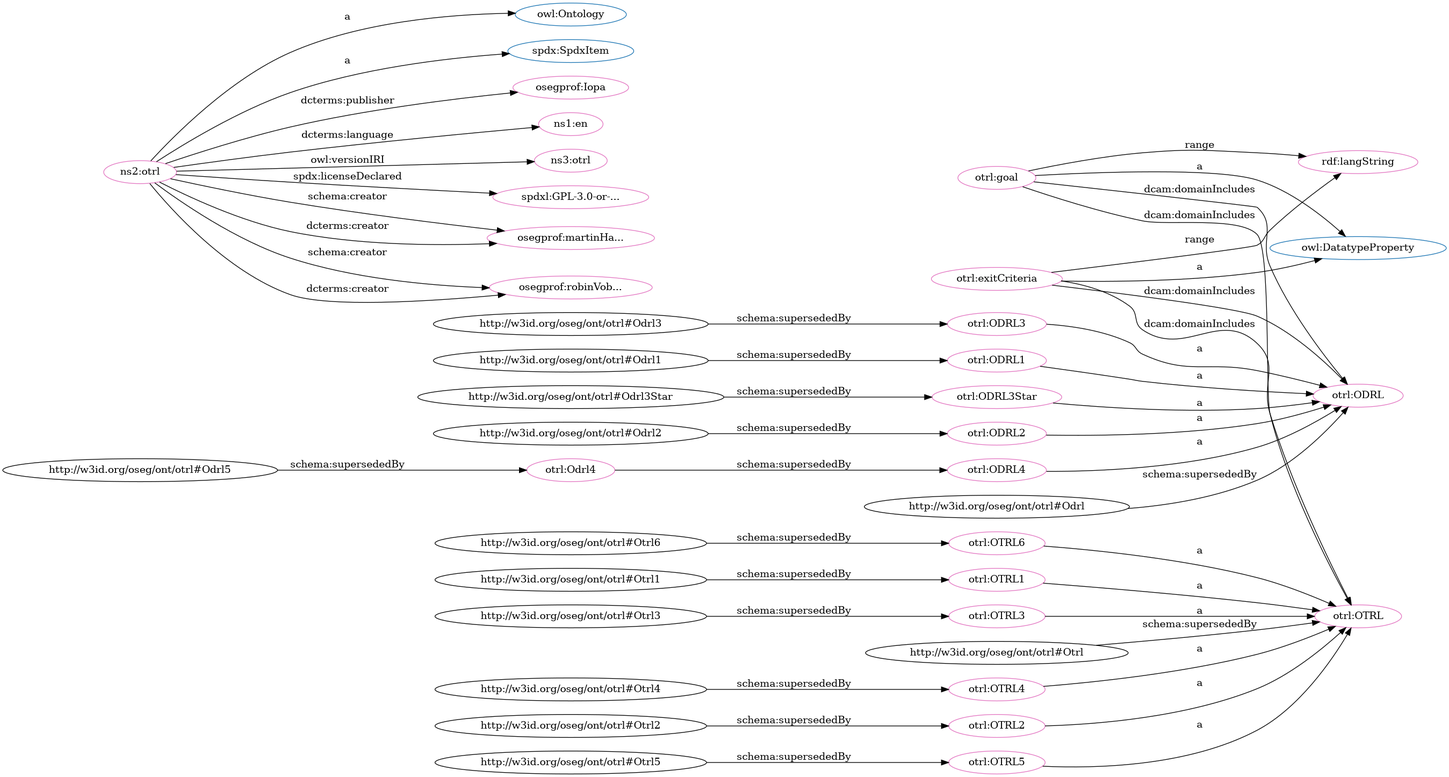
Before: src/spec/dot_otrl.png, a diagram exported from Graphviz (iop-alliance/OpenKnowHow). Its source is kept beside it as src/spec/dot_otrl.dot.
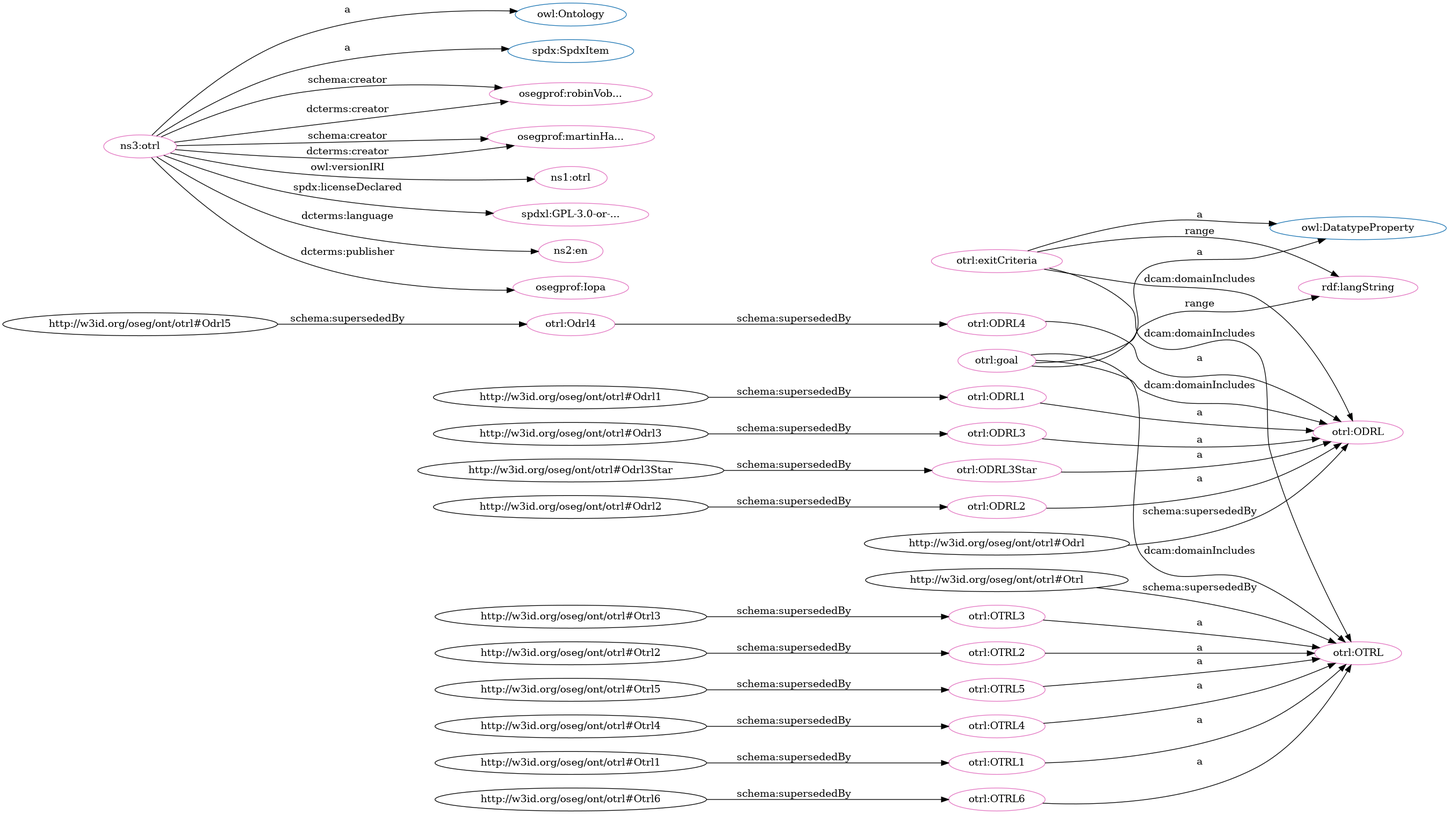
After the change.

The edit, as a diff of the source:
```diff
@@ -6,71 +6,71 @@
 "http://w3id.org/oseg/ont/otrl#ODRL" [fillcolor="#1f77b4" color="#1f77b4" label="otrl:ODRL"]
 "http://spdx.org/rdf/terms#SpdxItem" [fillcolor="#1f77b4" color="#1f77b4" label="spdx:SpdxItem"]
 "http://w3id.org/oseg/ont/otrl#OTRL" [fillcolor="#1f77b4" color="#1f77b4" label="otrl:OTRL"]
+"http://w3id.org/oseg/ont/otrl#Odrl4" [fillcolor="#e377c2" color="#e377c2" label="otrl:Odrl4"]
+"http://w3id.org/oseg/ont/otrl#ODRL" [fillcolor="#e377c2" color="#e377c2" label="otrl:ODRL"]
+"http://w3id.org/oseg/ont/otrl#exitCriteria" [fillcolor="#e377c2" color="#e377c2" label="otrl:exitCriteria"]
+"http://w3id.org/oseg/ont/otrl#OTRL3" [fillcolor="#e377c2" color="#e377c2" label="otrl:OTRL3"]
+"http://w3id.org/oseg/ont/oseg-profiles#robinVobruba" [fillcolor="#e377c2" color="#e377c2" label="osegprof:robinVob..."]
+"http://w3id.org/oseg/ont/otrl#ODRL1" [fillcolor="#e377c2" color="#e377c2" label="otrl:ODRL1"]
+"http://w3id.org/oseg/ont/otrl#OTRL" [fillcolor="#e377c2" color="#e377c2" label="otrl:OTRL"]
+"http://w3id.org/oseg/ont/oseg-profiles#martinHaeuer" [fillcolor="#e377c2" color="#e377c2" label="osegprof:martinHa..."]
+"http://w3id.org/oseg/ont/otrl#ODRL3" [fillcolor="#e377c2" color="#e377c2" label="otrl:ODRL3"]
+"http://w3id.org/oseg/ont/1.1.0/otrl" [fillcolor="#e377c2" color="#e377c2" label="ns1:otrl"]
+"http://w3id.org/oseg/ont/otrl#OTRL2" [fillcolor="#e377c2" color="#e377c2" label="otrl:OTRL2"]
+"http://w3id.org/oseg/ont/otrl#OTRL5" [fillcolor="#e377c2" color="#e377c2" label="otrl:OTRL5"]
 "http://w3id.org/oseg/ont/otrl#OTRL4" [fillcolor="#e377c2" color="#e377c2" label="otrl:OTRL4"]
-"http://w3id.org/oseg/ont/otrl#ODRL3" [fillcolor="#e377c2" color="#e377c2" label="otrl:ODRL3"]
-"http://w3id.org/oseg/ont/otrl#OTRL2" [fillcolor="#e377c2" color="#e377c2" label="otrl:OTRL2"]
+"http://w3id.org/oseg/ont/otrl#OTRL1" [fillcolor="#e377c2" color="#e377c2" label="otrl:OTRL1"]
+"http://www.w3.org/1999/02/22-rdf-syntax-ns#langString" [fillcolor="#e377c2" color="#e377c2" label="rdf:langString"]
+"http://spdx.org/licenses/GPL-3.0-or-later" [fillcolor="#e377c2" color="#e377c2" label="spdxl:GPL-3.0-or-..."]
+"http://id.loc.gov/vocabulary/iso639-1/en" [fillcolor="#e377c2" color="#e377c2" label="ns2:en"]
+"http://w3id.org/oseg/ont/otrl#goal" [fillcolor="#e377c2" color="#e377c2" label="otrl:goal"]
+"http://w3id.org/oseg/ont/otrl" [fillcolor="#e377c2" color="#e377c2" label="ns3:otrl"]
+"http://w3id.org/oseg/ont/otrl#ODRL3Star" [fillcolor="#e377c2" color="#e377c2" label="otrl:ODRL3Star"]
+"http://w3id.org/oseg/ont/otrl#OTRL6" [fillcolor="#e377c2" color="#e377c2" label="otrl:OTRL6"]
+"http://w3id.org/oseg/ont/otrl#ODRL4" [fillcolor="#e377c2" color="#e377c2" label="otrl:ODRL4"]
+"http://w3id.org/oseg/ont/otrl#ODRL2" [fillcolor="#e377c2" color="#e377c2" label="otrl:ODRL2"]
 "http://w3id.org/oseg/ont/oseg-profiles#Iopa" [fillcolor="#e377c2" color="#e377c2" label="osegprof:Iopa"]
-"http://www.w3.org/1999/02/22-rdf-syntax-ns#langString" [fillcolor="#e377c2" color="#e377c2" label="rdf:langString"]
-"http://w3id.org/oseg/ont/otrl#ODRL" [fillcolor="#e377c2" color="#e377c2" label="otrl:ODRL"]
-"http://id.loc.gov/vocabulary/iso639-1/en" [fillcolor="#e377c2" color="#e377c2" label="ns1:en"]
-"http://w3id.org/oseg/ont/otrl#OTRL5" [fillcolor="#e377c2" color="#e377c2" label="otrl:OTRL5"]
-"http://w3id.org/oseg/ont/otrl#ODRL2" [fillcolor="#e377c2" color="#e377c2" label="otrl:ODRL2"]
-"http://w3id.org/oseg/ont/otrl#OTRL" [fillcolor="#e377c2" color="#e377c2" label="otrl:OTRL"]
-"http://w3id.org/oseg/ont/otrl#OTRL6" [fillcolor="#e377c2" color="#e377c2" label="otrl:OTRL6"]
-"http://w3id.org/oseg/ont/otrl#ODRL1" [fillcolor="#e377c2" color="#e377c2" label="otrl:ODRL1"]
-"http://w3id.org/oseg/ont/otrl#OTRL1" [fillcolor="#e377c2" color="#e377c2" label="otrl:OTRL1"]
-"http://w3id.org/oseg/ont/otrl" [fillcolor="#e377c2" color="#e377c2" label="ns2:otrl"]
-"http://w3id.org/oseg/ont/otrl#exitCriteria" [fillcolor="#e377c2" color="#e377c2" label="otrl:exitCriteria"]
-"http://w3id.org/oseg/ont/otrl#ODRL3Star" [fillcolor="#e377c2" color="#e377c2" label="otrl:ODRL3Star"]
-"http://w3id.org/oseg/ont/otrl#goal" [fillcolor="#e377c2" color="#e377c2" label="otrl:goal"]
-"http://w3id.org/oseg/ont/1.1.0/otrl" [fillcolor="#e377c2" color="#e377c2" label="ns3:otrl"]
-"http://w3id.org/oseg/ont/otrl#ODRL4" [fillcolor="#e377c2" color="#e377c2" label="otrl:ODRL4"]
-"http://spdx.org/licenses/GPL-3.0-or-later" [fillcolor="#e377c2" color="#e377c2" label="spdxl:GPL-3.0-or-..."]
-"http://w3id.org/oseg/ont/otrl#Odrl4" [fillcolor="#e377c2" color="#e377c2" label="otrl:Odrl4"]
-"http://w3id.org/oseg/ont/oseg-profiles#martinHaeuer" [fillcolor="#e377c2" color="#e377c2" label="osegprof:martinHa..."]
-"http://w3id.org/oseg/ont/oseg-profiles#robinVobruba" [fillcolor="#e377c2" color="#e377c2" label="osegprof:robinVob..."]
-"http://w3id.org/oseg/ont/otrl#OTRL3" [fillcolor="#e377c2" color="#e377c2" label="otrl:OTRL3"]
+  "http://w3id.org/oseg/ont/otrl#Odrl5" -> "http://w3id.org/oseg/ont/otrl#Odrl4" [label="schema:supersededBy"]
+  "http://w3id.org/oseg/ont/otrl#exitCriteria" -> "http://w3id.org/oseg/ont/otrl#ODRL" [label="dcam:domainIncludes"]
+  "http://w3id.org/oseg/ont/otrl#OTRL4" -> "http://w3id.org/oseg/ont/otrl#OTRL" [label="a"]
+  "http://w3id.org/oseg/ont/otrl#exitCriteria" -> "http://www.w3.org/2002/07/owl#DatatypeProperty" [label="a"]
+  "http://w3id.org/oseg/ont/otrl#OTRL3" -> "http://w3id.org/oseg/ont/otrl#OTRL" [label="a"]
+  "http://w3id.org/oseg/ont/otrl" -> "http://w3id.org/oseg/ont/oseg-profiles#robinVobruba" [label="schema:creator"]
+  "http://w3id.org/oseg/ont/otrl#ODRL1" -> "http://w3id.org/oseg/ont/otrl#ODRL" [label="a"]
+  "http://w3id.org/oseg/ont/otrl#goal" -> "http://w3id.org/oseg/ont/otrl#OTRL" [label="dcam:domainIncludes"]
+  "http://w3id.org/oseg/ont/otrl" -> "http://w3id.org/oseg/ont/oseg-profiles#martinHaeuer" [label="schema:creator"]
+  "http://w3id.org/oseg/ont/otrl#ODRL3" -> "http://w3id.org/oseg/ont/otrl#ODRL" [label="a"]
+  "http://w3id.org/oseg/ont/otrl" -> "http://w3id.org/oseg/ont/1.1.0/otrl" [label="owl:versionIRI"]
+  "http://w3id.org/oseg/ont/otrl#OTRL2" -> "http://w3id.org/oseg/ont/otrl#OTRL" [label="a"]
+  "http://w3id.org/oseg/ont/otrl#Otrl5" -> "http://w3id.org/oseg/ont/otrl#OTRL5" [label="schema:supersededBy"]
+  "http://w3id.org/oseg/ont/otrl#Otrl2" -> "http://w3id.org/oseg/ont/otrl#OTRL2" [label="schema:supersededBy"]
+  "http://w3id.org/oseg/ont/otrl#Odrl" -> "http://w3id.org/oseg/ont/otrl#ODRL" [label="schema:supersededBy"]
   "http://w3id.org/oseg/ont/otrl#Otrl4" -> "http://w3id.org/oseg/ont/otrl#OTRL4" [label="schema:supersededBy"]
-  "http://w3id.org/oseg/ont/otrl#ODRL3" -> "http://w3id.org/oseg/ont/otrl#ODRL" [label="a"]
-  "http://w3id.org/oseg/ont/otrl#OTRL2" -> "http://w3id.org/oseg/ont/otrl#OTRL" [label="a"]
+  "http://w3id.org/oseg/ont/otrl#OTRL1" -> "http://w3id.org/oseg/ont/otrl#OTRL" [label="a"]
+  "http://w3id.org/oseg/ont/otrl#exitCriteria" -> "http://www.w3.org/1999/02/22-rdf-syntax-ns#langString" [label="range"]
+  "http://w3id.org/oseg/ont/otrl#goal" -> "http://w3id.org/oseg/ont/otrl#ODRL" [label="dcam:domainIncludes"]
+  "http://w3id.org/oseg/ont/otrl" -> "http://spdx.org/licenses/GPL-3.0-or-later" [label="spdx:licenseDeclared"]
+  "http://w3id.org/oseg/ont/otrl#OTRL5" -> "http://w3id.org/oseg/ont/otrl#OTRL" [label="a"]
+  "http://w3id.org/oseg/ont/otrl" -> "http://id.loc.gov/vocabulary/iso639-1/en" [label="dcterms:language"]
+  "http://w3id.org/oseg/ont/otrl#goal" -> "http://www.w3.org/2002/07/owl#DatatypeProperty" [label="a"]
+  "http://w3id.org/oseg/ont/otrl" -> "http://spdx.org/rdf/terms#SpdxItem" [label="a"]
+  "http://w3id.org/oseg/ont/otrl" -> "http://w3id.org/oseg/ont/oseg-profiles#martinHaeuer" [label="dcterms:creator"]
+  "http://w3id.org/oseg/ont/otrl#Otrl3" -> "http://w3id.org/oseg/ont/otrl#OTRL3" [label="schema:supersededBy"]
+  "http://w3id.org/oseg/ont/otrl#Odrl3Star" -> "http://w3id.org/oseg/ont/otrl#ODRL3Star" [label="schema:supersededBy"]
+  "http://w3id.org/oseg/ont/otrl#OTRL6" -> "http://w3id.org/oseg/ont/otrl#OTRL" [label="a"]
+  "http://w3id.org/oseg/ont/otrl#Otrl6" -> "http://w3id.org/oseg/ont/otrl#OTRL6" [label="schema:supersededBy"]
+  "http://w3id.org/oseg/ont/otrl#Odrl4" -> "http://w3id.org/oseg/ont/otrl#ODRL4" [label="schema:supersededBy"]
+  "http://w3id.org/oseg/ont/otrl" -> "http://www.w3.org/2002/07/owl#Ontology" [label="a"]
+  "http://w3id.org/oseg/ont/otrl#Odrl3" -> "http://w3id.org/oseg/ont/otrl#ODRL3" [label="schema:supersededBy"]
+  "http://w3id.org/oseg/ont/otrl#ODRL2" -> "http://w3id.org/oseg/ont/otrl#ODRL" [label="a"]
+  "http://w3id.org/oseg/ont/otrl#Otrl1" -> "http://w3id.org/oseg/ont/otrl#OTRL1" [label="schema:supersededBy"]
+  "http://w3id.org/oseg/ont/otrl" -> "http://w3id.org/oseg/ont/oseg-profiles#robinVobruba" [label="dcterms:creator"]
+  "http://w3id.org/oseg/ont/otrl#exitCriteria" -> "http://w3id.org/oseg/ont/otrl#OTRL" [label="dcam:domainIncludes"]
+  "http://w3id.org/oseg/ont/otrl#goal" -> "http://www.w3.org/1999/02/22-rdf-syntax-ns#langString" [label="range"]
+  "http://w3id.org/oseg/ont/otrl#Odrl2" -> "http://w3id.org/oseg/ont/otrl#ODRL2" [label="schema:supersededBy"]
   "http://w3id.org/oseg/ont/otrl" -> "http://w3id.org/oseg/ont/oseg-profiles#Iopa" [label="dcterms:publisher"]
-  "http://w3id.org/oseg/ont/otrl#goal" -> "http://www.w3.org/1999/02/22-rdf-syntax-ns#langString" [label="range"]
-  "http://w3id.org/oseg/ont/otrl#OTRL4" -> "http://w3id.org/oseg/ont/otrl#OTRL" [label="a"]
-  "http://w3id.org/oseg/ont/otrl#exitCriteria" -> "http://w3id.org/oseg/ont/otrl#ODRL" [label="dcam:domainIncludes"]
-  "http://w3id.org/oseg/ont/otrl" -> "http://id.loc.gov/vocabulary/iso639-1/en" [label="dcterms:language"]
-  "http://w3id.org/oseg/ont/otrl#Otrl5" -> "http://w3id.org/oseg/ont/otrl#OTRL5" [label="schema:supersededBy"]
-  "http://w3id.org/oseg/ont/otrl#Odrl2" -> "http://w3id.org/oseg/ont/otrl#ODRL2" [label="schema:supersededBy"]
-  "http://w3id.org/oseg/ont/otrl#goal" -> "http://w3id.org/oseg/ont/otrl#OTRL" [label="dcam:domainIncludes"]
-  "http://w3id.org/oseg/ont/otrl#OTRL6" -> "http://w3id.org/oseg/ont/otrl#OTRL" [label="a"]
+  "http://w3id.org/oseg/ont/otrl#ODRL4" -> "http://w3id.org/oseg/ont/otrl#ODRL" [label="a"]
+  "http://w3id.org/oseg/ont/otrl#ODRL3Star" -> "http://w3id.org/oseg/ont/otrl#ODRL" [label="a"]
   "http://w3id.org/oseg/ont/otrl#Odrl1" -> "http://w3id.org/oseg/ont/otrl#ODRL1" [label="schema:supersededBy"]
-  "http://w3id.org/oseg/ont/otrl#Otrl1" -> "http://w3id.org/oseg/ont/otrl#OTRL1" [label="schema:supersededBy"]
-  "http://w3id.org/oseg/ont/otrl" -> "http://spdx.org/rdf/terms#SpdxItem" [label="a"]
-  "http://w3id.org/oseg/ont/otrl" -> "http://www.w3.org/2002/07/owl#Ontology" [label="a"]
-  "http://w3id.org/oseg/ont/otrl#exitCriteria" -> "http://www.w3.org/2002/07/owl#DatatypeProperty" [label="a"]
-  "http://w3id.org/oseg/ont/otrl#Odrl3" -> "http://w3id.org/oseg/ont/otrl#ODRL3" [label="schema:supersededBy"]
-  "http://w3id.org/oseg/ont/otrl#Odrl3Star" -> "http://w3id.org/oseg/ont/otrl#ODRL3Star" [label="schema:supersededBy"]
-  "http://w3id.org/oseg/ont/otrl#Odrl" -> "http://w3id.org/oseg/ont/otrl#ODRL" [label="schema:supersededBy"]
-  "http://w3id.org/oseg/ont/otrl#exitCriteria" -> "http://w3id.org/oseg/ont/otrl#OTRL" [label="dcam:domainIncludes"]
-  "http://w3id.org/oseg/ont/otrl#ODRL3Star" -> "http://w3id.org/oseg/ont/otrl#ODRL" [label="a"]
-  "http://w3id.org/oseg/ont/otrl#OTRL1" -> "http://w3id.org/oseg/ont/otrl#OTRL" [label="a"]
-  "http://w3id.org/oseg/ont/otrl#OTRL5" -> "http://w3id.org/oseg/ont/otrl#OTRL" [label="a"]
-  "http://w3id.org/oseg/ont/otrl#ODRL1" -> "http://w3id.org/oseg/ont/otrl#ODRL" [label="a"]
-  "http://w3id.org/oseg/ont/otrl#goal" -> "http://www.w3.org/2002/07/owl#DatatypeProperty" [label="a"]
-  "http://w3id.org/oseg/ont/otrl#exitCriteria" -> "http://www.w3.org/1999/02/22-rdf-syntax-ns#langString" [label="range"]
-  "http://w3id.org/oseg/ont/otrl" -> "http://w3id.org/oseg/ont/1.1.0/otrl" [label="owl:versionIRI"]
-  "http://w3id.org/oseg/ont/otrl#ODRL4" -> "http://w3id.org/oseg/ont/otrl#ODRL" [label="a"]
-  "http://w3id.org/oseg/ont/otrl#goal" -> "http://w3id.org/oseg/ont/otrl#ODRL" [label="dcam:domainIncludes"]
-  "http://w3id.org/oseg/ont/otrl#Otrl2" -> "http://w3id.org/oseg/ont/otrl#OTRL2" [label="schema:supersededBy"]
   "http://w3id.org/oseg/ont/otrl#Otrl" -> "http://w3id.org/oseg/ont/otrl#OTRL" [label="schema:supersededBy"]
-  "http://w3id.org/oseg/ont/otrl#Odrl5" -> "http://w3id.org/oseg/ont/otrl#Odrl4" [label="schema:supersededBy"]
-  "http://w3id.org/oseg/ont/otrl" -> "http://spdx.org/licenses/GPL-3.0-or-later" [label="spdx:licenseDeclared"]
-  "http://w3id.org/oseg/ont/otrl#Otrl6" -> "http://w3id.org/oseg/ont/otrl#OTRL6" [label="schema:supersededBy"]
-  "http://w3id.org/oseg/ont/otrl" -> "http://w3id.org/oseg/ont/oseg-profiles#martinHaeuer" [label="schema:creator"]
-  "http://w3id.org/oseg/ont/otrl" -> "http://w3id.org/oseg/ont/oseg-profiles#martinHaeuer" [label="dcterms:creator"]
-  "http://w3id.org/oseg/ont/otrl#ODRL2" -> "http://w3id.org/oseg/ont/otrl#ODRL" [label="a"]
-  "http://w3id.org/oseg/ont/otrl" -> "http://w3id.org/oseg/ont/oseg-profiles#robinVobruba" [label="schema:creator"]
-  "http://w3id.org/oseg/ont/otrl#Odrl4" -> "http://w3id.org/oseg/ont/otrl#ODRL4" [label="schema:supersededBy"]
-  "http://w3id.org/oseg/ont/otrl" -> "http://w3id.org/oseg/ont/oseg-profiles#robinVobruba" [label="dcterms:creator"]
-  "http://w3id.org/oseg/ont/otrl#OTRL3" -> "http://w3id.org/oseg/ont/otrl#OTRL" [label="a"]
-  "http://w3id.org/oseg/ont/otrl#Otrl3" -> "http://w3id.org/oseg/ont/otrl#OTRL3" [label="schema:supersededBy"]
 }
```
